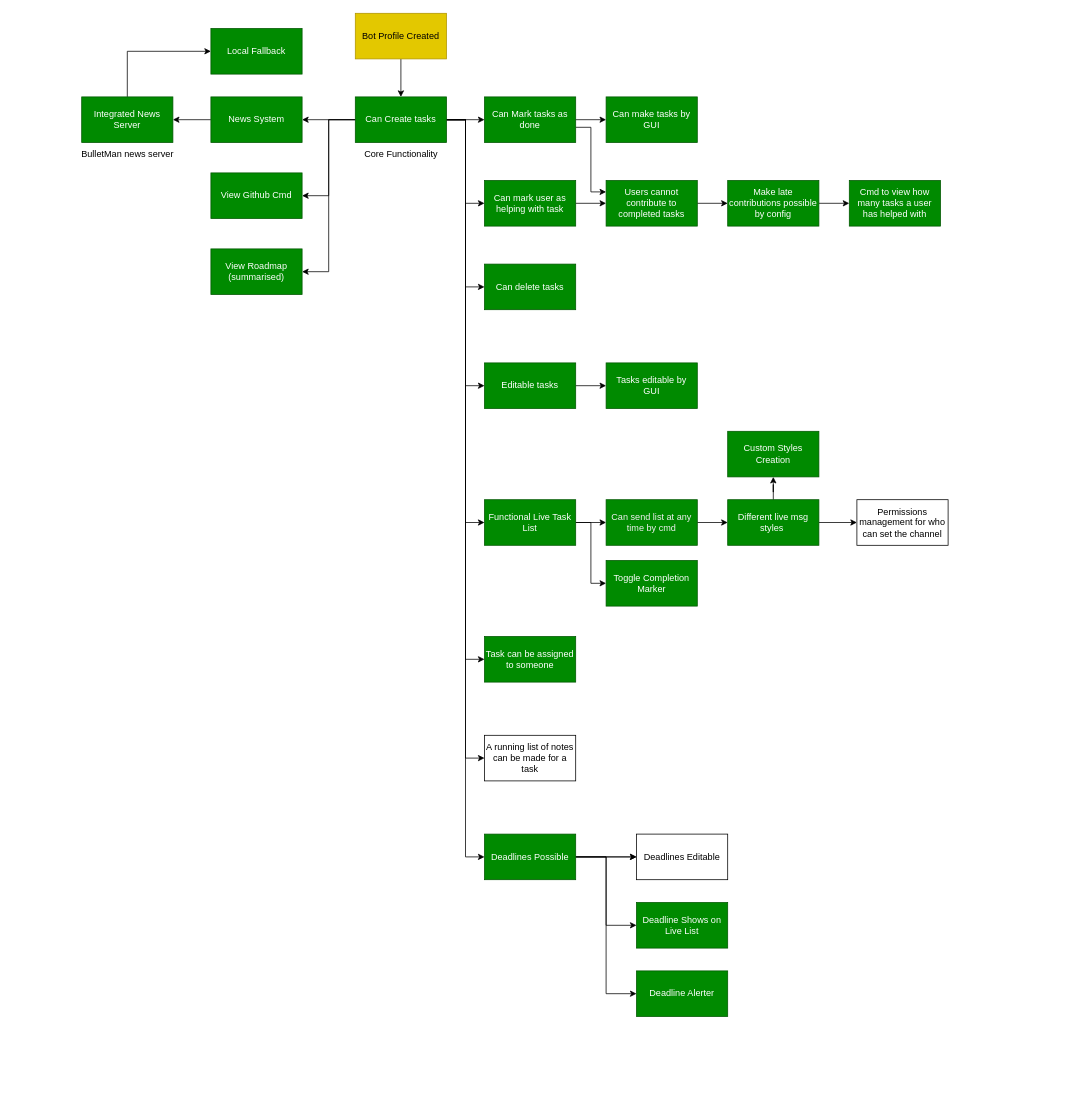
Earlier version of the draw.io diagram roadmap.drawio (Ames-hub/TaskFlow). Source tidied: cells renumbered, new cells numbered last; positions are measured from the earlier drawing's top-left corner, leaving out a move shared by most shapes. Both pictures are drawn from the tidied source at 76%, with x=0, y=0 at pixel (74, 13).
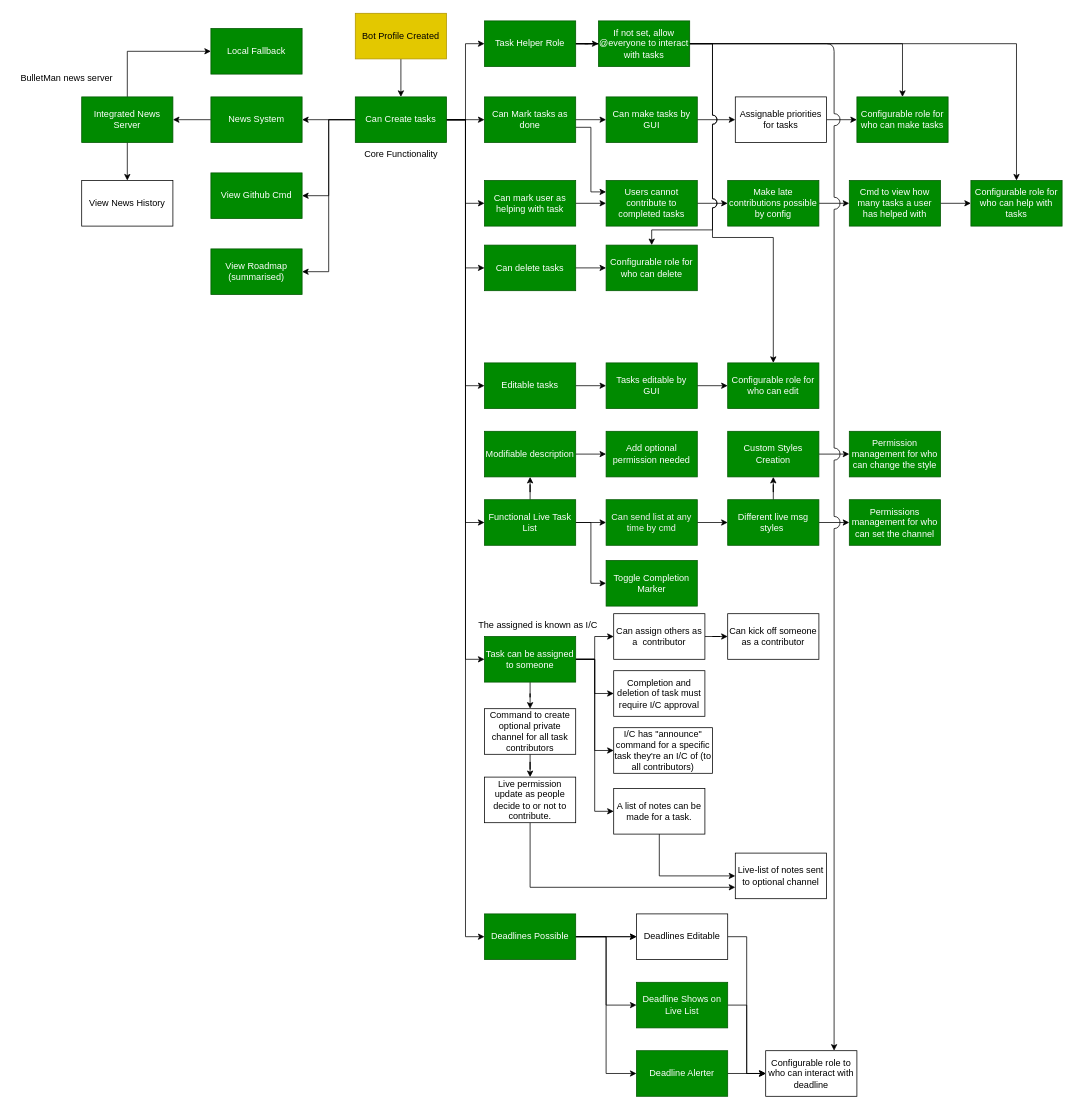
The same page after the edit.

Unchanged cells that the change refers to:
```xml
<mxCell id="15" value="Can Create tasks" style="rounded=0;whiteSpace=wrap;html=1;fillColor=#008a00;fontColor=#ffffff;strokeColor=#005700;" parent="1" vertex="1">
  <mxGeometry x="370" y="110" width="120" height="60" as="geometry" />
</mxCell>
<mxCell id="28" value="Functional Live Task List" style="rounded=0;whiteSpace=wrap;html=1;fillColor=#008a00;fontColor=#ffffff;strokeColor=#005700;" parent="1" vertex="1">
  <mxGeometry x="540" y="640" width="120" height="60" as="geometry" />
</mxCell>
<mxCell id="34" value="Tasks editable by&lt;div&gt;GUI&lt;/div&gt;" style="rounded=0;whiteSpace=wrap;html=1;fillColor=#008a00;fontColor=#ffffff;strokeColor=#005700;" parent="1" vertex="1">
  <mxGeometry x="700" y="460" width="120" height="60" as="geometry" />
</mxCell>
<mxCell id="35" value="Task can be assigned to someone" style="rounded=0;whiteSpace=wrap;html=1;fillColor=#008a00;fontColor=#ffffff;strokeColor=#005700;" parent="1" vertex="1">
  <mxGeometry x="540" y="820" width="120" height="60" as="geometry" />
</mxCell>
<mxCell id="37" value="Can make tasks by GUI" style="rounded=0;whiteSpace=wrap;html=1;fillColor=#008a00;fontColor=#ffffff;strokeColor=#005700;" parent="1" vertex="1">
  <mxGeometry x="700" y="110" width="120" height="60" as="geometry" />
</mxCell>
<mxCell id="47" value="Custom Styles&lt;div&gt;Creation&lt;/div&gt;" style="rounded=0;whiteSpace=wrap;html=1;fillColor=#008a00;fontColor=#ffffff;strokeColor=#005700;" parent="1" vertex="1">
  <mxGeometry x="860" y="550" width="120" height="60" as="geometry" />
</mxCell>
<mxCell id="54" value="Integrated News Server" style="rounded=0;whiteSpace=wrap;html=1;fillColor=#008a00;fontColor=#ffffff;strokeColor=#005700;" parent="1" vertex="1">
  <mxGeometry x="10" y="110" width="120" height="60" as="geometry" />
</mxCell>
<mxCell id="59" value="Cmd to view how many tasks a user has helped with" style="rounded=0;whiteSpace=wrap;html=1;fillColor=#008a00;fontColor=#ffffff;strokeColor=#005700;" parent="1" vertex="1">
  <mxGeometry x="1020" y="220" width="120" height="60" as="geometry" />
</mxCell>
```

Change to the diagram source:
```diff
@@
-    <mxCell id="10" style="edgeStyle=orthogonalEdgeStyle;rounded=0;jettySize=auto;html=1;entryX=0;entryY=0.5;entryDx=0;entryDy=0;" parent="1" edge="1" source="15" target="38">
-      <mxGeometry relative="1" as="geometry" />
-    </mxCell>
@@
+    <mxCell id="61" style="edgeStyle=orthogonalEdgeStyle;rounded=0;jettySize=auto;html=1;entryX=0;entryY=0.5;entryDx=0;entryDy=0;" parent="1" edge="1" source="15" target="106">
+      <mxGeometry relative="1" as="geometry" />
+    </mxCell>
@@
+    <mxCell id="62" style="edgeStyle=orthogonalEdgeStyle;rounded=0;jettySize=auto;html=1;" parent="1" edge="1" source="21" target="92">
+      <mxGeometry relative="1" as="geometry" />
+    </mxCell>
     <mxCell id="21" value="Can delete tasks" style="rounded=0;whiteSpace=wrap;html=1;fillColor=#008a00;fontColor=#ffffff;strokeColor=#005700;" parent="1" vertex="1">
-      <mxGeometry x="540" y="330" width="120" height="60" as="geometry" />
+      <mxGeometry x="540" y="305" width="120" height="60" as="geometry" />
     </mxCell>
@@
+    <mxCell id="63" style="edgeStyle=orthogonalEdgeStyle;rounded=0;jettySize=auto;html=1;" parent="1" edge="1" source="28" target="80">
+      <mxGeometry relative="1" as="geometry" />
+    </mxCell>
@@
+    <mxCell id="64" style="edgeStyle=orthogonalEdgeStyle;rounded=0;jettySize=auto;html=1;" parent="1" edge="1" source="34" target="91">
+      <mxGeometry relative="1" as="geometry" />
+    </mxCell>
@@
+    <mxCell id="65" style="edgeStyle=orthogonalEdgeStyle;rounded=0;jettySize=auto;html=1;" parent="1" edge="1" source="35" target="82">
+      <mxGeometry relative="1" as="geometry" />
+    </mxCell>
+    <mxCell id="66" style="edgeStyle=orthogonalEdgeStyle;rounded=0;jettySize=auto;html=1;entryX=0;entryY=0.5;entryDx=0;entryDy=0;" parent="1" edge="1" source="35" target="38">
+      <mxGeometry relative="1" as="geometry" />
+    </mxCell>
+    <mxCell id="67" style="edgeStyle=orthogonalEdgeStyle;rounded=0;jettySize=auto;html=1;entryX=0;entryY=0.5;entryDx=0;entryDy=0;" parent="1" edge="1" source="35" target="81">
+      <mxGeometry relative="1" as="geometry" />
+    </mxCell>
+    <mxCell id="68" style="edgeStyle=orthogonalEdgeStyle;rounded=0;jettySize=auto;html=1;" parent="1" edge="1" source="35" target="85">
+      <mxGeometry relative="1" as="geometry" />
+    </mxCell>
+    <mxCell id="69" style="edgeStyle=orthogonalEdgeStyle;rounded=0;jettySize=auto;html=1;entryX=0;entryY=0.5;entryDx=0;entryDy=0;" parent="1" edge="1" source="35" target="89">
+      <mxGeometry relative="1" as="geometry" />
+    </mxCell>
@@
-    <mxCell id="36" value="Permissions management for who can set the channel" style="rounded=0;whiteSpace=wrap;html=1;" parent="1" vertex="1">
-      <mxGeometry x="1030" y="640" width="120" height="60" as="geometry" />
+    <mxCell id="36" value="Permissions management for who can set the channel" style="rounded=0;whiteSpace=wrap;html=1;fillColor=#008a00;fontColor=#ffffff;strokeColor=#005700;" parent="1" vertex="1">
+      <mxGeometry x="1020" y="640" width="120" height="60" as="geometry" />
     </mxCell>
+    <mxCell id="70" style="edgeStyle=orthogonalEdgeStyle;rounded=0;jettySize=auto;html=1;" parent="1" edge="1" source="37" target="97">
+      <mxGeometry relative="1" as="geometry" />
+    </mxCell>
@@
+    <mxCell id="71" style="edgeStyle=orthogonalEdgeStyle;rounded=0;jettySize=auto;html=1;entryX=0;entryY=0.5;entryDx=0;entryDy=0;" parent="1" edge="1" source="38" target="99">
+      <mxGeometry relative="1" as="geometry">
+        <Array as="points">
+          <mxPoint x="770" y="1135" />
+        </Array>
+      </mxGeometry>
+    </mxCell>
-    <mxCell id="38" value="A running list of notes can be made for a task" style="rounded=0;whiteSpace=wrap;html=1;" parent="1" vertex="1">
-      <mxGeometry x="540" y="950" width="120" height="60" as="geometry" />
+    <mxCell id="38" value="A list of notes can be made for a task." style="rounded=0;whiteSpace=wrap;html=1;" parent="1" vertex="1">
+      <mxGeometry x="710" y="1020" width="120" height="60" as="geometry" />
     </mxCell>
@@
     <mxCell id="43" value="Deadlines Possible" style="rounded=0;whiteSpace=wrap;html=1;fillColor=#008a00;fontColor=#ffffff;strokeColor=#005700;" parent="1" vertex="1">
-      <mxGeometry x="540" y="1080" width="120" height="60" as="geometry" />
+      <mxGeometry x="540" y="1185" width="120" height="60" as="geometry" />
     </mxCell>
+    <mxCell id="72" style="edgeStyle=orthogonalEdgeStyle;rounded=0;jettySize=auto;html=1;entryX=0;entryY=0.5;entryDx=0;entryDy=0;" parent="1" edge="1" source="44" target="93">
+      <mxGeometry relative="1" as="geometry" />
+    </mxCell>
     <mxCell id="44" value="Deadlines Editable" style="rounded=0;whiteSpace=wrap;html=1;" parent="1" vertex="1">
-      <mxGeometry x="740" y="1080" width="120" height="60" as="geometry" />
+      <mxGeometry x="740" y="1185" width="120" height="60" as="geometry" />
     </mxCell>
+    <mxCell id="73" style="edgeStyle=orthogonalEdgeStyle;rounded=0;jettySize=auto;html=1;entryX=0;entryY=0.5;entryDx=0;entryDy=0;" parent="1" edge="1" source="45" target="93">
+      <mxGeometry relative="1" as="geometry" />
+    </mxCell>
     <mxCell id="45" value="Deadline Shows on Live List" style="rounded=0;whiteSpace=wrap;html=1;fillColor=#008a00;fontColor=#ffffff;strokeColor=#005700;" parent="1" vertex="1">
-      <mxGeometry x="740" y="1170" width="120" height="60" as="geometry" />
+      <mxGeometry x="740" y="1275" width="120" height="60" as="geometry" />
     </mxCell>
+    <mxCell id="74" style="edgeStyle=orthogonalEdgeStyle;rounded=0;jettySize=auto;html=1;" parent="1" edge="1" source="46" target="93">
+      <mxGeometry relative="1" as="geometry" />
+    </mxCell>
     <mxCell id="46" value="Deadline Alerter" style="rounded=0;whiteSpace=wrap;html=1;fillColor=#008a00;fontColor=#ffffff;strokeColor=#005700;" parent="1" vertex="1">
-      <mxGeometry x="740" y="1260" width="120" height="60" as="geometry" />
+      <mxGeometry x="740" y="1365" width="120" height="60" as="geometry" />
     </mxCell>
+    <mxCell id="75" style="edgeStyle=orthogonalEdgeStyle;rounded=0;jettySize=auto;html=1;" parent="1" edge="1" source="47" target="95">
+      <mxGeometry relative="1" as="geometry" />
+    </mxCell>
@@
-    <mxCell id="52" value="Core Functionality" style="text;html=1;align=center;verticalAlign=middle;strokeColor=none;fillColor=none;" parent="1" vertex="1">
+    <mxCell id="52" value="Core Functionality" style="text;html=1;align=center;verticalAlign=middle;strokeColor=none;fillColor=none;rounded=0;" parent="1" vertex="1">
       <mxGeometry x="370" y="170" width="120" height="30" as="geometry" />
     </mxCell>
@@
+    <mxCell id="76" style="edgeStyle=orthogonalEdgeStyle;rounded=0;jettySize=auto;html=1;" parent="1" edge="1" source="54" target="78">
+      <mxGeometry relative="1" as="geometry" />
+    </mxCell>
@@
-    <mxCell id="55" value="BulletMan news server" style="text;html=1;align=center;verticalAlign=middle;strokeColor=none;fillColor=none;" parent="1" vertex="1">
-      <mxGeometry y="170" width="140" height="30" as="geometry" />
+    <mxCell id="55" value="BulletMan news server" style="text;html=1;align=center;verticalAlign=middle;strokeColor=none;fillColor=none;rounded=0;" parent="1" vertex="1">
+      <mxGeometry x="-80" y="70" width="140" height="30" as="geometry" />
     </mxCell>
@@
+    <mxCell id="77" style="edgeStyle=orthogonalEdgeStyle;rounded=0;jettySize=auto;html=1;" parent="1" edge="1" source="59" target="98">
+      <mxGeometry relative="1" as="geometry" />
+    </mxCell>
@@
+    <mxCell id="78" value="View News History" style="rounded=0;whiteSpace=wrap;html=1;" parent="1" vertex="1">
+      <mxGeometry x="10" y="220" width="120" height="60" as="geometry" />
+    </mxCell>
+    <mxCell id="79" style="edgeStyle=orthogonalEdgeStyle;rounded=0;jettySize=auto;html=1;" parent="1" edge="1" source="80" target="94">
+      <mxGeometry relative="1" as="geometry" />
+    </mxCell>
+    <mxCell id="80" value="Modifiable description" style="rounded=0;whiteSpace=wrap;html=1;fillColor=#008a00;fontColor=#ffffff;strokeColor=#005700;" parent="1" vertex="1">
+      <mxGeometry x="540" y="550" width="120" height="60" as="geometry" />
+    </mxCell>
+    <mxCell id="81" value="I/C has &quot;announce&quot; command for a specific task they're an I/C of (to all contributors)" style="rounded=0;whiteSpace=wrap;html=1;" parent="1" vertex="1">
+      <mxGeometry x="710" y="940" width="130" height="60" as="geometry" />
+    </mxCell>
+    <mxCell id="82" value="Completion and deletion of task must require I/C approval" style="rounded=0;whiteSpace=wrap;html=1;" parent="1" vertex="1">
+      <mxGeometry x="710" y="865" width="120" height="60" as="geometry" />
+    </mxCell>
+    <mxCell id="83" value="The assigned is known as I/C" style="text;html=1;align=center;verticalAlign=middle;strokeColor=none;fillColor=none;rounded=0;" parent="1" vertex="1">
+      <mxGeometry x="520" y="790" width="180" height="30" as="geometry" />
+    </mxCell>
+    <mxCell id="84" style="edgeStyle=orthogonalEdgeStyle;rounded=0;jettySize=auto;html=1;" parent="1" edge="1" source="85" target="87">
+      <mxGeometry relative="1" as="geometry" />
+    </mxCell>
+    <mxCell id="85" value="Command to create optional private channel for all task contributors" style="rounded=0;whiteSpace=wrap;html=1;" parent="1" vertex="1">
+      <mxGeometry x="540" y="915" width="120" height="60" as="geometry" />
+    </mxCell>
+    <mxCell id="86" style="edgeStyle=orthogonalEdgeStyle;rounded=0;jettySize=auto;html=1;entryX=0;entryY=0.75;entryDx=0;entryDy=0;" parent="1" edge="1" source="87" target="99">
+      <mxGeometry relative="1" as="geometry">
+        <Array as="points">
+          <mxPoint x="600" y="1150" />
+        </Array>
+      </mxGeometry>
+    </mxCell>
+    <mxCell id="87" value="Live permission update as people decide to or not to contribute." style="rounded=0;whiteSpace=wrap;html=1;" parent="1" vertex="1">
+      <mxGeometry x="540" y="1005" width="120" height="60" as="geometry" />
+    </mxCell>
+    <mxCell id="88" style="edgeStyle=orthogonalEdgeStyle;rounded=0;jettySize=auto;html=1;" parent="1" edge="1" source="89" target="90">
+      <mxGeometry relative="1" as="geometry" />
+    </mxCell>
+    <mxCell id="89" value="Can assign others as a&amp;nbsp; contributor" style="rounded=0;whiteSpace=wrap;html=1;" parent="1" vertex="1">
+      <mxGeometry x="710" y="790" width="120" height="60" as="geometry" />
+    </mxCell>
+    <mxCell id="90" value="Can kick off someone as a contributor" style="rounded=0;whiteSpace=wrap;html=1;" parent="1" vertex="1">
+      <mxGeometry x="860" y="790" width="120" height="60" as="geometry" />
+    </mxCell>
+    <mxCell id="91" value="Configurable role for who can edit" style="rounded=0;whiteSpace=wrap;html=1;fillColor=#008a00;fontColor=#ffffff;strokeColor=#005700;" parent="1" vertex="1">
+      <mxGeometry x="860" y="460" width="120" height="60" as="geometry" />
+    </mxCell>
+    <mxCell id="92" value="Configurable role for who can delete" style="rounded=0;whiteSpace=wrap;html=1;fillColor=#008a00;fontColor=#ffffff;strokeColor=#005700;" parent="1" vertex="1">
+      <mxGeometry x="700" y="305" width="120" height="60" as="geometry" />
+    </mxCell>
+    <mxCell id="93" value="Configurable role to who can interact with deadline" style="rounded=0;whiteSpace=wrap;html=1;" parent="1" vertex="1">
+      <mxGeometry x="910" y="1365" width="120" height="60" as="geometry" />
+    </mxCell>
+    <mxCell id="94" value="Add optional permission needed" style="rounded=0;whiteSpace=wrap;html=1;fillColor=#008a00;fontColor=#ffffff;strokeColor=#005700;" parent="1" vertex="1">
+      <mxGeometry x="700" y="550" width="120" height="60" as="geometry" />
+    </mxCell>
+    <mxCell id="95" value="Permission management for who can change the style" style="rounded=0;whiteSpace=wrap;html=1;fillColor=#008a00;fontColor=#ffffff;strokeColor=#005700;" parent="1" vertex="1">
+      <mxGeometry x="1020" y="550" width="120" height="60" as="geometry" />
+    </mxCell>
+    <mxCell id="96" style="edgeStyle=orthogonalEdgeStyle;rounded=0;jettySize=auto;html=1;" parent="1" edge="1" source="97" target="100">
+      <mxGeometry relative="1" as="geometry" />
+    </mxCell>
+    <mxCell id="97" value="Assignable priorities for tasks" style="rounded=0;whiteSpace=wrap;html=1;" parent="1" vertex="1">
+      <mxGeometry x="870" y="110" width="120" height="60" as="geometry" />
+    </mxCell>
+    <mxCell id="98" value="Configurable role for who can help with tasks" style="rounded=0;whiteSpace=wrap;html=1;fillColor=#008a00;fontColor=#ffffff;strokeColor=#005700;" parent="1" vertex="1">
+      <mxGeometry x="1180" y="220" width="120" height="60" as="geometry" />
+    </mxCell>
+    <mxCell id="99" value="Live-list of notes sent to optional channel" style="rounded=0;whiteSpace=wrap;html=1;" parent="1" vertex="1">
+      <mxGeometry x="870" y="1105" width="120" height="60" as="geometry" />
+    </mxCell>
+    <mxCell id="100" value="Configurable role for who can make tasks" style="rounded=0;whiteSpace=wrap;html=1;fillColor=#008a00;fontColor=#ffffff;strokeColor=#005700;" parent="1" vertex="1">
+      <mxGeometry x="1030" y="110" width="120" height="60" as="geometry" />
+    </mxCell>
+    <mxCell id="101" style="edgeStyle=orthogonalEdgeStyle;rounded=0;jettySize=auto;html=1;entryX=0.5;entryY=0;entryDx=0;entryDy=0;" parent="1" edge="1" source="106" target="100">
+      <mxGeometry relative="1" as="geometry" />
+    </mxCell>
+    <mxCell id="102" style="edgeStyle=orthogonalEdgeStyle;rounded=0;jettySize=auto;html=1;entryX=0.5;entryY=0;entryDx=0;entryDy=0;jumpStyle=arc;jumpSize=12;" parent="1" edge="1" source="106" target="92">
+      <mxGeometry relative="1" as="geometry">
+        <Array as="points">
+          <mxPoint x="840" y="40" />
+          <mxPoint x="840" y="285" />
+          <mxPoint x="760" y="285" />
+        </Array>
+      </mxGeometry>
+    </mxCell>
+    <mxCell id="103" style="edgeStyle=orthogonalEdgeStyle;rounded=0;jettySize=auto;html=1;entryX=0.5;entryY=0;entryDx=0;entryDy=0;jumpStyle=arc;jumpSize=12;" parent="1" edge="1" source="106" target="91">
+      <mxGeometry relative="1" as="geometry">
+        <Array as="points">
+          <mxPoint x="840" y="40" />
+          <mxPoint x="840" y="295" />
+          <mxPoint x="920" y="295" />
+        </Array>
+      </mxGeometry>
+    </mxCell>
+    <mxCell id="104" style="edgeStyle=orthogonalEdgeStyle;rounded=0;jettySize=auto;html=1;entryX=0.5;entryY=0;entryDx=0;entryDy=0;" parent="1" edge="1" source="106" target="98">
+      <mxGeometry relative="1" as="geometry" />
+    </mxCell>
+    <mxCell id="105" style="edgeStyle=orthogonalEdgeStyle;jettySize=auto;html=1;" parent="1" edge="1" source="106" target="108">
+      <mxGeometry relative="1" as="geometry" />
+    </mxCell>
+    <mxCell id="106" value="Task Helper&lt;span style=&quot;background-color: initial;&quot;&gt;&amp;nbsp;Role&lt;/span&gt;" style="rounded=0;whiteSpace=wrap;html=1;fillColor=#008a00;fontColor=#ffffff;strokeColor=#005700;" parent="1" vertex="1">
+      <mxGeometry x="540" y="10" width="120" height="60" as="geometry" />
+    </mxCell>
+    <mxCell id="107" style="edgeStyle=orthogonalEdgeStyle;jettySize=auto;html=1;jumpStyle=arc;jumpSize=16;" parent="1" edge="1" source="108" target="93">
+      <mxGeometry relative="1" as="geometry">
+        <Array as="points">
+          <mxPoint x="1000" y="40" />
+        </Array>
+      </mxGeometry>
+    </mxCell>
+    <mxCell id="108" value="If not set, allow @everyone to interact with tasks" style="rounded=0;whiteSpace=wrap;html=1;fillColor=#008a00;fontColor=#ffffff;strokeColor=#005700;" parent="1" vertex="1">
+      <mxGeometry x="690" y="10" width="120" height="60" as="geometry" />
+    </mxCell>
```
